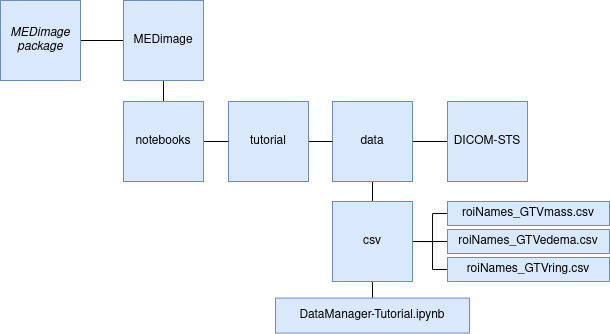
The draw.io diagram notebooks/tutorial/images/DataManagerFolderStructure.png in MahdiAll99/MEDimage, before a commit. Source tidied: cells renumbered, new cells last; positions are measured from the earlier drawing's top-left corner, leaving out a move shared by most shapes.
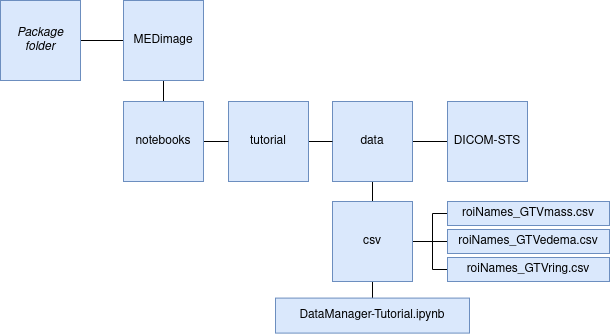
Above is the later version.

Commit message:
Specified folder package

The edit, as a diff of the source:
```diff
@@ -5,7 +5,7 @@
     <mxCell id="2" style="edgeStyle=orthogonalEdgeStyle;rounded=0;jettySize=auto;html=1;exitX=1;exitY=0.5;exitDx=0;exitDy=0;entryX=0;entryY=0.5;entryDx=0;entryDy=0;endArrow=none;endFill=0;" parent="1" edge="1" source="3" target="5">
       <mxGeometry relative="1" as="geometry" />
     </mxCell>
-    <mxCell id="3" value="&lt;i&gt;MEDimage package&lt;br&gt;&lt;/i&gt;" style="whiteSpace=wrap;html=1;fillColor=#dae8fc;strokeColor=#6c8ebf;" parent="1" vertex="1">
+    <mxCell id="3" value="&lt;i&gt;Package folder&lt;/i&gt;" style="whiteSpace=wrap;html=1;fillColor=#dae8fc;strokeColor=#6c8ebf;" parent="1" vertex="1">
       <mxGeometry width="80" height="80" as="geometry" />
     </mxCell>
     <mxCell id="4" style="edgeStyle=orthogonalEdgeStyle;rounded=0;jettySize=auto;html=1;exitX=0.5;exitY=1;exitDx=0;exitDy=0;entryX=0.5;entryY=0;entryDx=0;entryDy=0;endArrow=none;endFill=0;" parent="1" edge="1" source="5" target="18">
```
